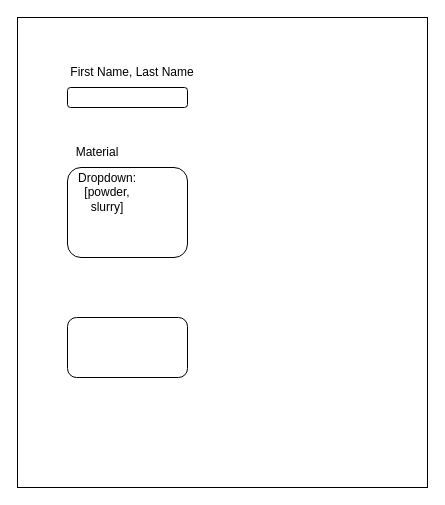
Earlier version of the draw.io diagram GUI_example.drawio (raviapatel/rilem_metadata_tool). Source tidied: cells renumbered, new cells numbered last; positions are measured from the earlier drawing's top-left corner, leaving out a move shared by most shapes. Both pictures are drawn from the tidied source at 100%, with x=0, y=0 at pixel (17, 17).
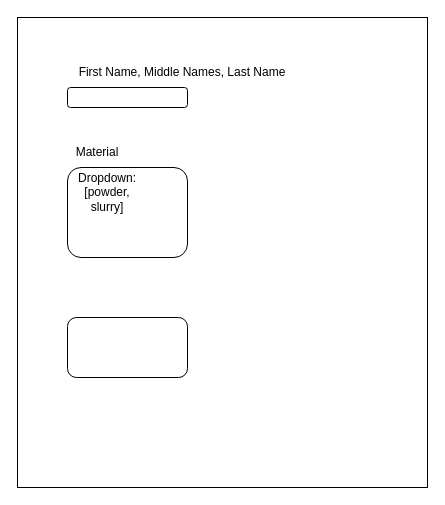
After the change.

What changed in the source:
```diff
@@
 <mxGraphModel>
   <root>
     <mxCell id="0" />
     <mxCell id="1" parent="0" />
     <mxCell id="2" style="rounded=0;whiteSpace=wrap;html=1;" parent="1" vertex="1">
       <mxGeometry width="410" height="470" as="geometry" />
     </mxCell>
     <mxCell id="3" style="rounded=1;whiteSpace=wrap;html=1;" parent="1" vertex="1">
       <mxGeometry x="50" y="70" width="120" height="20" as="geometry" />
     </mxCell>
-    <mxCell id="4" value="First Name, Last Name" style="text;html=1;align=center;verticalAlign=middle;whiteSpace=wrap;rounded=0;" parent="1" vertex="1">
-      <mxGeometry x="30" y="40" width="170" height="30" as="geometry" />
+    <mxCell id="4" value="First Name, Middle Names, Last Name" style="text;html=1;align=center;verticalAlign=middle;whiteSpace=wrap;rounded=0;" parent="1" vertex="1">
+      <mxGeometry x="50" y="40" width="230" height="30" as="geometry" />
     </mxCell>
     <mxCell id="5" style="rounded=1;whiteSpace=wrap;html=1;" parent="1" vertex="1">
       <mxGeometry x="50" y="150" width="120" height="90" as="geometry" />
     </mxCell>
     <mxCell id="6" value="Material" style="text;html=1;align=center;verticalAlign=middle;whiteSpace=wrap;rounded=0;" parent="1" vertex="1">
       <mxGeometry x="50" y="120" width="60" height="30" as="geometry" />
     </mxCell>
     <mxCell id="7" value="Dropdown:&lt;div&gt;[powder, slurry]&lt;/div&gt;" style="text;html=1;align=center;verticalAlign=middle;whiteSpace=wrap;rounded=0;" parent="1" vertex="1">
       <mxGeometry x="60" y="160" width="60" height="30" as="geometry" />
     </mxCell>
     <mxCell id="8" style="rounded=1;whiteSpace=wrap;html=1;" parent="1" vertex="1">
       <mxGeometry x="50" y="300" width="120" height="60" as="geometry" />
     </mxCell>
   </root>
 </mxGraphModel>
```
